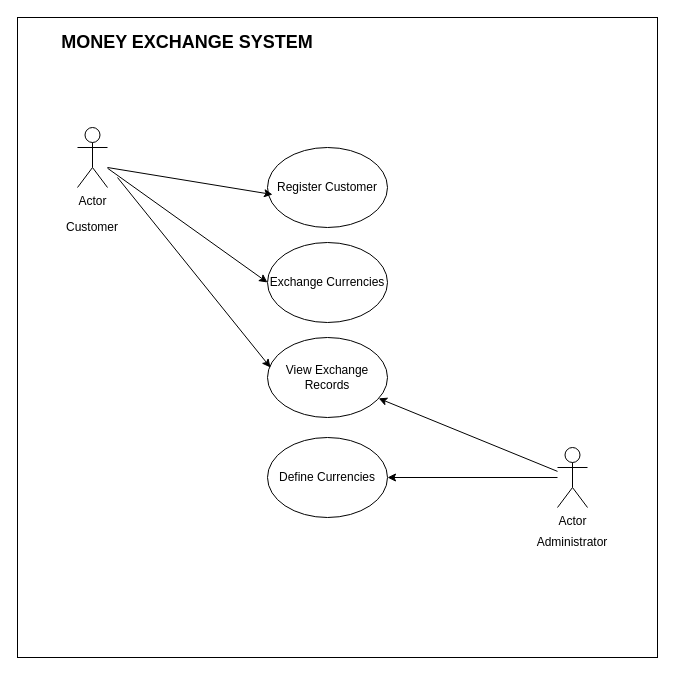
Above: Week3/Activity5/Untitled Diagram.drawio in lahirutm/PYTHON (draw.io), before the change. Source tidied: cells renumbered, new cells numbered last; positions are measured from the earlier drawing's top-left corner, leaving out a move shared by most shapes. Both pictures are drawn from the tidied source at 100%, with x=0, y=0 at pixel (17, 17).
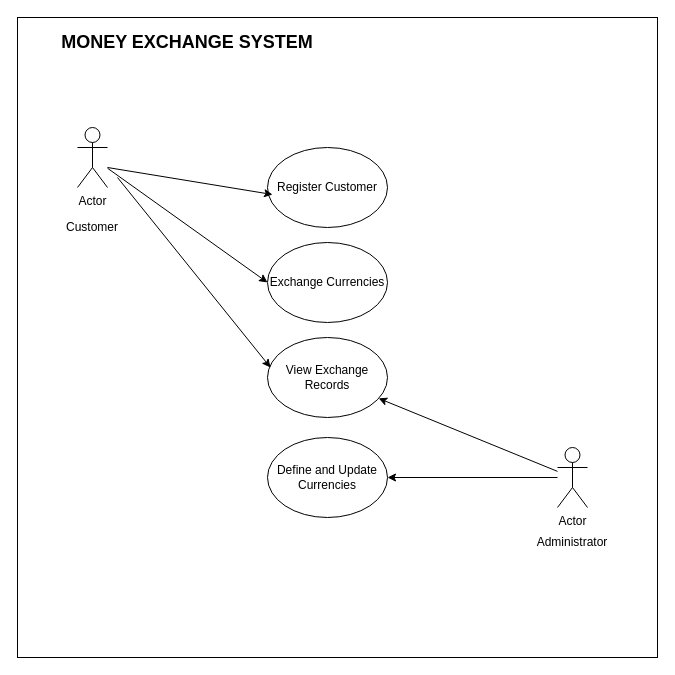
Above is the later version.

Diff of the diagram source:
```diff
@@
 <mxGraphModel>
   <root>
     <mxCell id="0" />
     <mxCell id="1" parent="0" />
     <mxCell id="2" style="whiteSpace=wrap;html=1;" parent="1" vertex="1">
       <mxGeometry width="640" height="640" as="geometry" />
     </mxCell>
     <mxCell id="3" value="Register Customer" style="ellipse;whiteSpace=wrap;html=1;shapeInside=1;" parent="1" vertex="1">
       <mxGeometry x="250" y="130" width="120" height="80" as="geometry" />
     </mxCell>
-    <mxCell id="4" value="Define Currencies" style="ellipse;whiteSpace=wrap;html=1;shapeInside=1;" parent="1" vertex="1">
+    <mxCell id="4" value="Define and Update Currencies" style="ellipse;whiteSpace=wrap;html=1;shapeInside=1;" parent="1" vertex="1">
       <mxGeometry x="250" y="420" width="120" height="80" as="geometry" />
     </mxCell>
     <mxCell id="5" value="&lt;h2&gt;&lt;b&gt;MONEY EXCHANGE SYSTEM&lt;/b&gt;&lt;/h2&gt;" style="text;html=1;whiteSpace=wrap;strokeColor=none;fillColor=none;align=center;verticalAlign=middle;rounded=0;" parent="1" vertex="1">
       <mxGeometry x="20" y="10" width="300" height="30" as="geometry" />
     </mxCell>
     <mxCell id="6" value="Actor" style="shape=umlActor;verticalLabelPosition=bottom;verticalAlign=top;html=1;outlineConnect=0;" parent="1" vertex="1">
       <mxGeometry x="60" y="110" width="30" height="60" as="geometry" />
     </mxCell>
     <mxCell id="7" value="Actor" style="shape=umlActor;verticalLabelPosition=bottom;verticalAlign=top;html=1;outlineConnect=0;" parent="1" vertex="1">
       <mxGeometry x="540" y="430" width="30" height="60" as="geometry" />
     </mxCell>
     <mxCell id="8" value="View Exchange Records" style="ellipse;whiteSpace=wrap;html=1;shapeInside=1;" parent="1" vertex="1">
       <mxGeometry x="250" y="320" width="120" height="80" as="geometry" />
     </mxCell>
     <mxCell id="9" value="Exchange Currencies" style="ellipse;whiteSpace=wrap;html=1;shapeInside=1;" parent="1" vertex="1">
       <mxGeometry x="250" y="225" width="120" height="80" as="geometry" />
     </mxCell>
     <mxCell id="10" style="endArrow=classic;html=1;rounded=0;" parent="1" edge="1" source="7" target="4">
       <mxGeometry relative="1" as="geometry" />
     </mxCell>
     <mxCell id="11" style="endArrow=classic;html=1;rounded=0;" parent="1" edge="1" source="7" target="8">
       <mxGeometry relative="1" as="geometry" />
     </mxCell>
     <mxCell id="12" style="endArrow=classic;html=1;rounded=0;entryX=0;entryY=0.5;entryDx=0;entryDy=0;" parent="1" edge="1" source="6" target="9">
       <mxGeometry relative="1" as="geometry" />
     </mxCell>
     <mxCell id="13" style="endArrow=classic;html=1;rounded=0;entryX=0.042;entryY=0.588;entryDx=0;entryDy=0;entryPerimeter=0;" parent="1" edge="1" target="3">
       <mxGeometry relative="1" as="geometry">
         <mxPoint x="90" y="150" as="sourcePoint" />
       </mxGeometry>
     </mxCell>
     <mxCell id="14" style="endArrow=classic;html=1;rounded=0;entryX=0.025;entryY=0.375;entryDx=0;entryDy=0;entryPerimeter=0;" parent="1" edge="1" target="8">
       <mxGeometry relative="1" as="geometry">
         <mxPoint x="100" y="160" as="sourcePoint" />
       </mxGeometry>
     </mxCell>
     <mxCell id="15" value="Administrator" style="text;html=1;whiteSpace=wrap;strokeColor=none;fillColor=none;align=center;verticalAlign=middle;rounded=0;" parent="1" vertex="1">
       <mxGeometry x="525" y="510" width="60" height="30" as="geometry" />
     </mxCell>
     <mxCell id="16" value="Customer" style="text;html=1;whiteSpace=wrap;strokeColor=none;fillColor=none;align=center;verticalAlign=middle;rounded=0;" parent="1" vertex="1">
       <mxGeometry x="45" y="195" width="60" height="30" as="geometry" />
     </mxCell>
   </root>
 </mxGraphModel>
```
